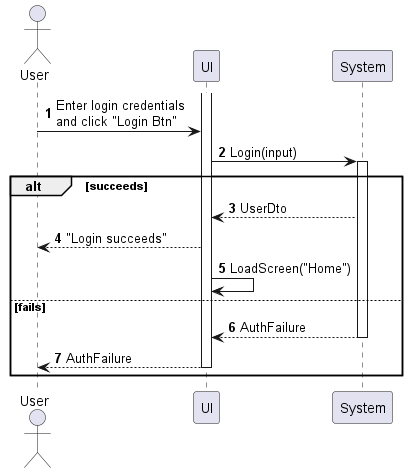
phihungha/scmss-reqs keeps this PlantUML diagram as sequences/my-account-login.png. Above is the earlier version.
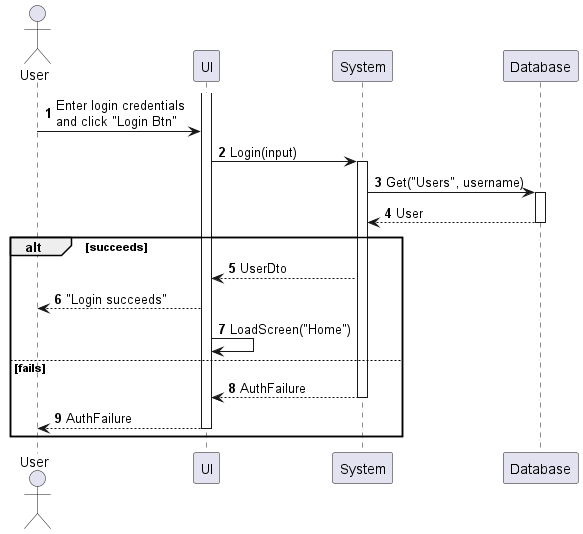
Later version of the same file.

Diff of the diagram source:
```diff
@@ -4,11 +4,15 @@
 actor "User" as a
 participant UI as f
 participant System as b
+participant Database as d
 
 activate f
 a -> f : Enter login credentials\nand click "Login Btn"
 f -> b : Login(input)
 activate b
+b -> d : Get("Users", username)
+activate d
+return User
 
 alt succeeds
     b --> f : UserDto
```
